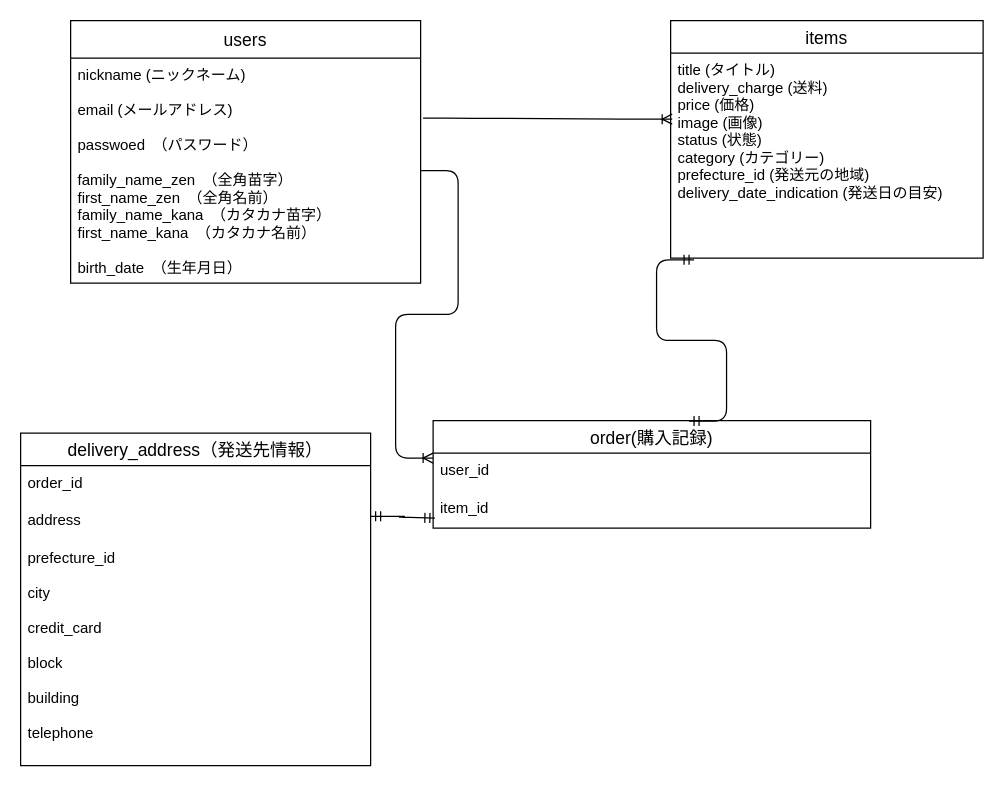
Earlier version of the draw.io diagram db/detabase.dio (Drbeer-miyako/furima-35247). Source tidied: cells renumbered, new cells numbered last; positions are measured from the earlier drawing's top-left corner, leaving out a move shared by most shapes. Both pictures are drawn from the tidied source at 125%, with x=0, y=0 at pixel (20, 20).
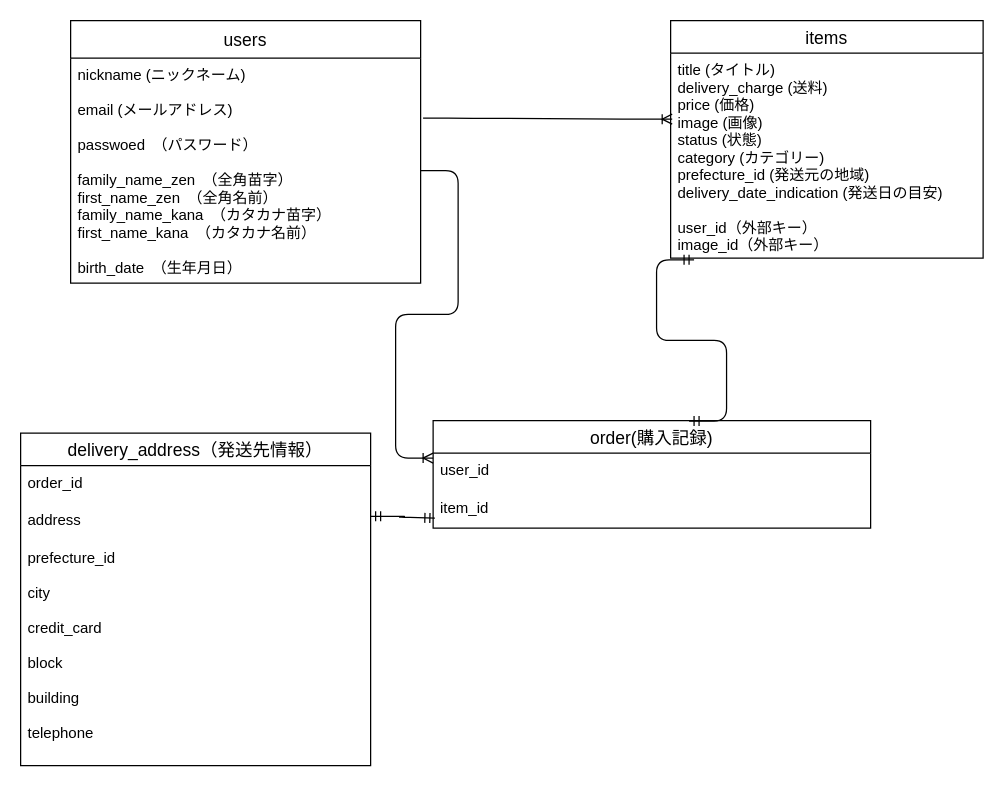
After the change.

Commit message (it also covers changes not shown here):
外部キーの追記

Diff of the diagram source:
```diff
@@
 <mxGraphModel>
   <root>
     <mxCell id="0" />
     <mxCell id="1" parent="0" />
     <mxCell id="2" value="users" style="swimlane;fontStyle=0;horizontal=1;startSize=30;align=center;fontSize=14;" parent="1" vertex="1">
       <mxGeometry x="40" width="280" height="210" as="geometry" />
     </mxCell>
     <mxCell id="3" value="nickname (ニックネーム)&#10;&#10;email (メールアドレス)&#10;&#10;passwoed　（パスワード）&#10;&#10;family_name_zen　（全角苗字）&#10;first_name_zen　（全角名前）&#10;family_name_kana　（カタカナ苗字）&#10;first_name_kana　（カタカナ名前）&#10;&#10;birth_date　（生年月日）&#10;&#10;" style="text;strokeColor=none;fillColor=none;spacingLeft=4;spacingRight=4;overflow=hidden;points=[[0,0.5],[1,0.5]];portConstraint=eastwest;fontSize=12;" parent="2" vertex="1">
       <mxGeometry y="30" width="280" height="180" as="geometry" />
     </mxCell>
     <mxCell id="4" value="items" style="swimlane;fontStyle=0;horizontal=1;startSize=26;align=center;fontSize=14;" parent="1" vertex="1">
       <mxGeometry x="520" width="250" height="190" as="geometry" />
     </mxCell>
-    <mxCell id="5" value="title (タイトル)&#10;delivery_charge (送料)&#10;price (価格)&#10;image (画像)&#10;status (状態)&#10;category (カテゴリー)&#10;prefecture_id (発送元の地域)&#10;delivery_date_indication (発送日の目安)&#10;&#10;" style="text;strokeColor=none;fillColor=none;spacingLeft=4;spacingRight=4;overflow=hidden;points=[[0,0.5],[1,0.5]];portConstraint=eastwest;fontSize=12;strokeWidth=1;" parent="4" vertex="1">
+    <mxCell id="5" value="title (タイトル)&#10;delivery_charge (送料)&#10;price (価格)&#10;image (画像)&#10;status (状態)&#10;category (カテゴリー)&#10;prefecture_id (発送元の地域)&#10;delivery_date_indication (発送日の目安)&#10;&#10;user_id（外部キー）&#10;image_id（外部キー）" style="text;strokeColor=none;fillColor=none;spacingLeft=4;spacingRight=4;overflow=hidden;points=[[0,0.5],[1,0.5]];portConstraint=eastwest;fontSize=12;strokeWidth=1;" parent="4" vertex="1">
       <mxGeometry y="26" width="250" height="164" as="geometry" />
     </mxCell>
     <mxCell id="6" value="order(購入記録)" style="swimlane;fontStyle=0;horizontal=1;startSize=26;align=center;fontSize=14;strokeWidth=1;" parent="1" vertex="1">
       <mxGeometry x="330" y="320" width="350" height="86" as="geometry" />
     </mxCell>
     <mxCell id="7" value="user_id" style="text;strokeColor=none;fillColor=none;spacingLeft=4;spacingRight=4;overflow=hidden;points=[[0,0.5],[1,0.5]];portConstraint=eastwest;fontSize=12;" parent="6" vertex="1">
       <mxGeometry y="26" width="350" height="30" as="geometry" />
     </mxCell>
     <mxCell id="8" value="item_id" style="text;strokeColor=none;fillColor=none;spacingLeft=4;spacingRight=4;overflow=hidden;points=[[0,0.5],[1,0.5]];portConstraint=eastwest;fontSize=12;" parent="6" vertex="1">
       <mxGeometry y="56" width="350" height="30" as="geometry" />
     </mxCell>
     <mxCell id="9" value="delivery_address（発送先情報）" style="swimlane;fontStyle=0;horizontal=1;startSize=26;align=center;fontSize=14;" parent="1" vertex="1">
       <mxGeometry y="330" width="280" height="266" as="geometry" />
     </mxCell>
     <mxCell id="10" value="order_id&#10;" style="text;strokeColor=none;fillColor=none;spacingLeft=4;spacingRight=4;overflow=hidden;fontSize=12;" parent="9" vertex="1">
       <mxGeometry y="26" width="280" height="30" as="geometry" />
     </mxCell>
     <mxCell id="11" value="address" style="text;strokeColor=none;fillColor=none;spacingLeft=4;spacingRight=4;overflow=hidden;fontSize=12;" parent="9" vertex="1">
       <mxGeometry y="56" width="280" height="30" as="geometry" />
     </mxCell>
     <mxCell id="12" value="prefecture_id&#10;&#10;city&#10;&#10;credit_card&#10;&#10;block&#10;&#10;building&#10;&#10;telephone" style="text;strokeColor=none;fillColor=none;spacingLeft=4;spacingRight=4;overflow=hidden;fontSize=12;" parent="9" vertex="1">
       <mxGeometry y="86" width="280" height="180" as="geometry" />
     </mxCell>
     <mxCell id="13" style="edgeStyle=entityRelationEdgeStyle;fontSize=12;html=1;endArrow=ERoneToMany;exitX=1.007;exitY=0.267;exitDx=0;exitDy=0;exitPerimeter=0;entryX=0.005;entryY=0.322;entryDx=0;entryDy=0;entryPerimeter=0;" parent="1" edge="1" source="3" target="5">
       <mxGeometry relative="1" as="geometry" />
     </mxCell>
     <mxCell id="14" style="edgeStyle=entityRelationEdgeStyle;fontSize=12;html=1;endArrow=ERmandOne;startArrow=ERmandOne;exitX=0.075;exitY=1.008;exitDx=0;exitDy=0;exitPerimeter=0;entryX=0.585;entryY=0.004;entryDx=0;entryDy=0;entryPerimeter=0;" parent="1" edge="1" source="5" target="6">
       <mxGeometry relative="1" as="geometry" />
     </mxCell>
     <mxCell id="15" style="edgeStyle=entityRelationEdgeStyle;fontSize=12;html=1;endArrow=ERoneToMany;exitX=1;exitY=0.5;exitDx=0;exitDy=0;entryX=0;entryY=0.133;entryDx=0;entryDy=0;entryPerimeter=0;" parent="1" edge="1" source="3" target="7">
       <mxGeometry relative="1" as="geometry" />
     </mxCell>
     <mxCell id="16" style="edgeStyle=entityRelationEdgeStyle;fontSize=12;html=1;endArrow=ERmandOne;startArrow=ERmandOne;exitX=1;exitY=0.25;exitDx=0;exitDy=0;entryX=0.004;entryY=0.733;entryDx=0;entryDy=0;entryPerimeter=0;" parent="1" edge="1" source="9" target="8">
       <mxGeometry relative="1" as="geometry" />
     </mxCell>
   </root>
 </mxGraphModel>
```
